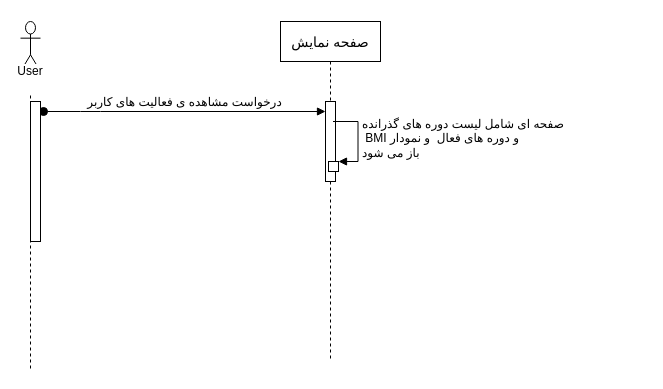
Earlier version of the draw.io diagram Docs./SeqDiagram-Activities.drawio (ShadiMe-flutter/Workout). Source tidied: cells renumbered, new cells numbered last; positions are measured from the earlier drawing's top-left corner, leaving out a move shared by most shapes. Both pictures are drawn from the tidied source at 100%, with x=0, y=0 at pixel (20, 21).
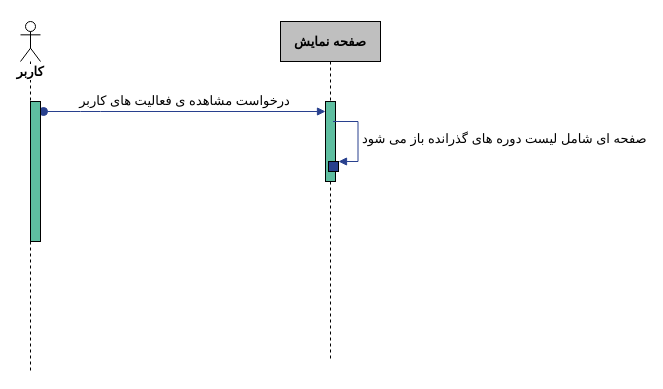
After the change.

The edit, as a diff of the source:
```diff
@@
 <mxGraphModel>
   <root>
     <mxCell id="0" />
     <mxCell id="1" parent="0" />
-    <mxCell id="2" value="User&lt;br&gt;&lt;br&gt;" style="shape=umlLifeline;participant=umlActor;perimeter=lifelinePerimeter;whiteSpace=wrap;html=1;verticalAlign=top;spacingTop=36;labelBackgroundColor=#ffffff;size=50;" parent="1" vertex="1">
+    <mxCell id="2" value="کاربر" style="shape=umlLifeline;participant=umlActor;perimeter=lifelinePerimeter;whiteSpace=wrap;html=1;verticalAlign=top;spacingTop=36;labelBackgroundColor=#ffffff;size=40;fontFamily=B Zar;fontStyle=1;fontSize=13;" parent="1" vertex="1">
       <mxGeometry width="20" height="350" as="geometry" />
     </mxCell>
-    <mxCell id="3" value="&lt;font style=&quot;font-size: 14px&quot;&gt;&lt;br&gt;صفحه نمایش&lt;br&gt;&lt;/font&gt;&lt;br&gt;" style="shape=umlLifeline;perimeter=lifelinePerimeter;whiteSpace=wrap;html=1;" parent="1" vertex="1">
+    <mxCell id="3" value="&lt;font style=&quot;font-size: 13px&quot;&gt;&lt;font style=&quot;font-size: 13px&quot;&gt;&lt;b style=&quot;font-size: 13px&quot;&gt;صفحه نمایش&lt;br style=&quot;font-size: 13px&quot;&gt;&lt;/b&gt;&lt;/font&gt;&lt;/font&gt;" style="shape=umlLifeline;perimeter=lifelinePerimeter;whiteSpace=wrap;html=1;fontFamily=B Zar;fontSize=13;verticalAlign=middle;fillColor=#BFBFBF;" parent="1" vertex="1">
       <mxGeometry x="260" width="100" height="340" as="geometry" />
     </mxCell>
-    <mxCell id="4" style="html=1;points=[];perimeter=orthogonalPerimeter;" parent="3" vertex="1">
+    <mxCell id="4" style="html=1;points=[];perimeter=orthogonalPerimeter;fillColor=#5EBEA0;" parent="3" vertex="1">
       <mxGeometry x="45" y="80" width="10" height="80" as="geometry" />
     </mxCell>
-    <mxCell id="5" style="html=1;points=[];perimeter=orthogonalPerimeter;" parent="3" vertex="1">
+    <mxCell id="5" style="html=1;points=[];perimeter=orthogonalPerimeter;fillColor=#28408E;" parent="3" vertex="1">
       <mxGeometry x="48" y="140" width="10" height="10" as="geometry" />
     </mxCell>
-    <mxCell id="6" value="&lt;font style=&quot;font-size: 12px&quot;&gt;درخواست مشاهده ی فعالیت های کاربر&lt;/font&gt;" style="html=1;verticalAlign=bottom;startArrow=oval;endArrow=block;startSize=8;" parent="1" edge="1" target="4">
+    <mxCell id="6" value="&lt;font style=&quot;font-size: 13px;&quot;&gt;درخواست مشاهده ی فعالیت های کاربر&lt;/font&gt;" style="html=1;verticalAlign=bottom;startArrow=oval;endArrow=block;startSize=8;strokeColor=#28408E;fontFamily=B Zar;fontSize=13;" parent="1" edge="1" target="4">
       <mxGeometry relative="1" as="geometry">
         <mxPoint x="23" y="90" as="sourcePoint" />
         <Array as="points">
           <mxPoint x="70" y="90" />
         </Array>
       </mxGeometry>
     </mxCell>
-    <mxCell id="7" value="&lt;font style=&quot;font-size: 12px&quot;&gt;صفحه ای شامل لیست دوره های گذرانده&lt;br&gt;&amp;nbsp;BMI و دوره های فعال &amp;nbsp;و نمودار&lt;br&gt;باز می شود&lt;/font&gt;" style="edgeStyle=orthogonalEdgeStyle;html=1;align=left;spacingLeft=2;endArrow=block;rounded=0;entryX=1;entryY=0;" parent="1" edge="1" target="5">
+    <mxCell id="7" value="&lt;font style=&quot;font-size: 13px;&quot;&gt;صفحه ای شامل لیست دوره های گذرانده باز می شود&lt;/font&gt;" style="edgeStyle=orthogonalEdgeStyle;html=1;align=left;spacingLeft=2;endArrow=block;rounded=0;entryX=1;entryY=0;strokeColor=#28408E;fontFamily=B Zar;fontSize=13;" parent="1" edge="1" target="5">
       <mxGeometry relative="1" as="geometry">
         <mxPoint x="312.5" y="100" as="sourcePoint" />
         <Array as="points">
           <mxPoint x="337.5" y="100" />
         </Array>
       </mxGeometry>
     </mxCell>
-    <mxCell id="8" style="html=1;perimeter=orthogonalPerimeter;" parent="1" vertex="1">
+    <mxCell id="8" style="html=1;perimeter=orthogonalPerimeter;fillColor=#5EBEA0;" parent="1" vertex="1">
       <mxGeometry x="10" y="80" width="10" height="140" as="geometry" />
     </mxCell>
   </root>
 </mxGraphModel>
```
